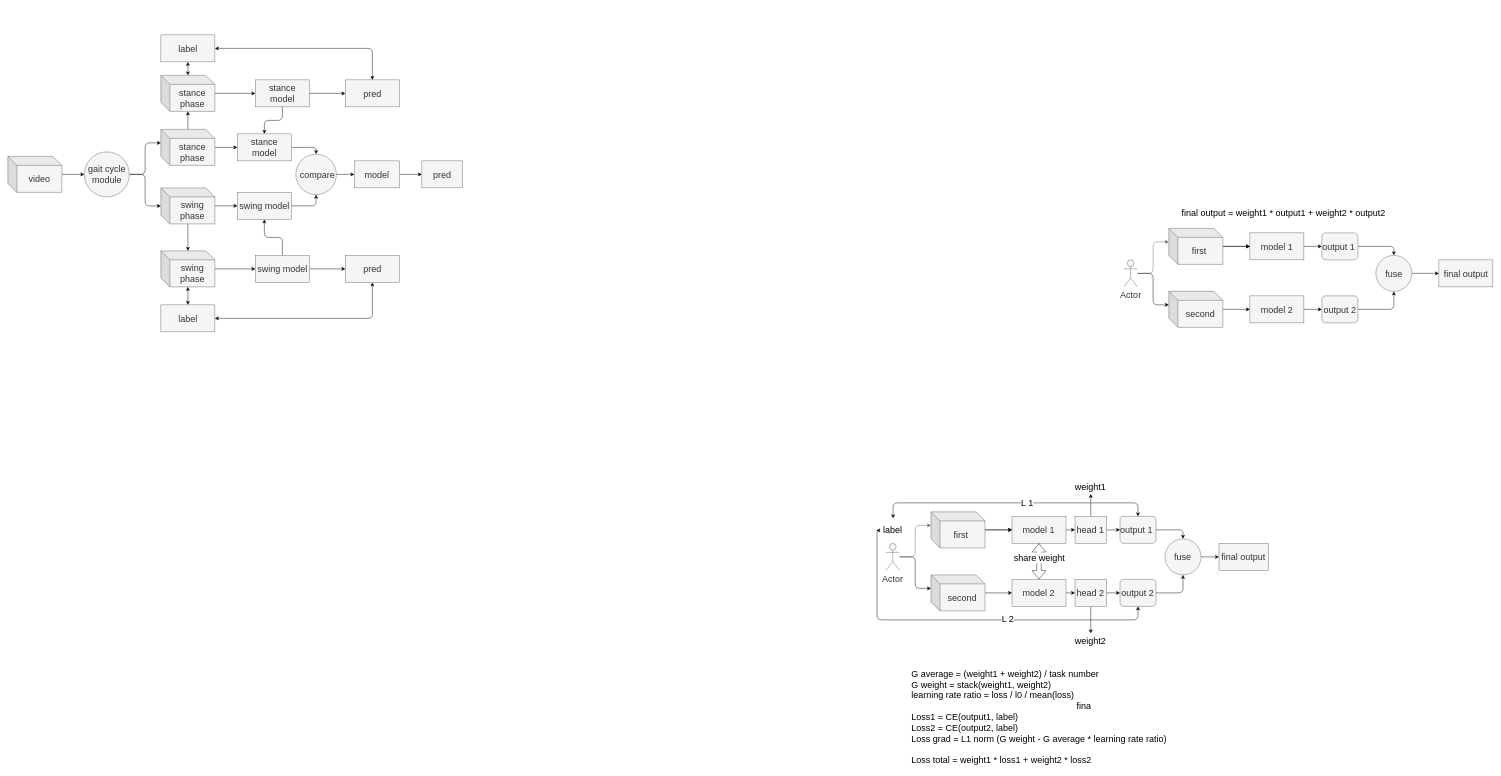
ChenKaiXuSan/Auto_Gait_Fusion_PyTorch keeps this draw.io diagram as page "fusion" (2 of 3) of images/figure.drawio. Above is the earlier version. Source tidied: cells renumbered, new cells numbered last; positions are measured from the earlier drawing's top-left corner, leaving out a move shared by most shapes. Both pictures are drawn from the tidied source at 45%, with x=0, y=0 at pixel (8, 35).
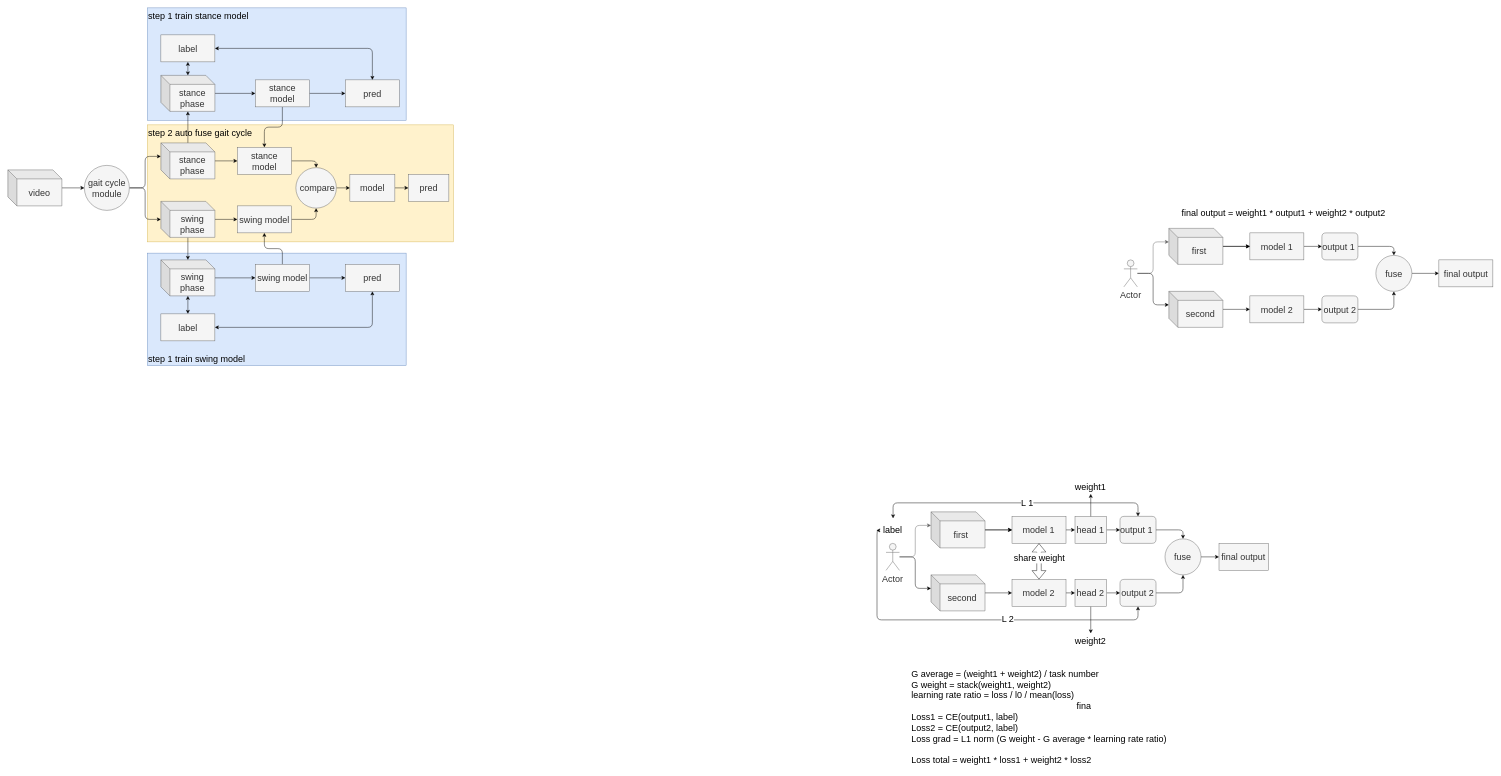
Above is the later version.

Change to the diagram source:
```diff
@@
+    <mxCell id="96" value="&lt;font style=&quot;font-size: 20px;&quot;&gt;step 2 auto fuse gait cycle&lt;/font&gt;" style="rounded=0;whiteSpace=wrap;html=1;fillColor=#fff2cc;strokeColor=#d6b656;align=left;verticalAlign=top;" parent="1" vertex="1">
+      <mxGeometry x="310" y="200" width="680" height="260" as="geometry" />
+    </mxCell>
+    <mxCell id="97" value="&lt;font style=&quot;font-size: 20px;&quot;&gt;step 1 train swing model&lt;/font&gt;" style="rounded=0;whiteSpace=wrap;html=1;fillColor=#dae8fc;strokeColor=#6c8ebf;align=left;verticalAlign=bottom;" parent="1" vertex="1">
+      <mxGeometry x="310" y="485" width="575" height="250" as="geometry" />
+    </mxCell>
+    <mxCell id="98" value="&lt;font style=&quot;font-size: 20px;&quot;&gt;step 1 train stance model&lt;/font&gt;" style="rounded=0;whiteSpace=wrap;html=1;fillColor=#dae8fc;strokeColor=#6c8ebf;align=left;verticalAlign=top;" parent="1" vertex="1">
+      <mxGeometry x="310" y="-60" width="575" height="250" as="geometry" />
+    </mxCell>
@@
     <mxCell id="69" value="swing phase" style="shape=cube;whiteSpace=wrap;html=1;boundedLbl=1;backgroundOutline=1;darkOpacity=0.05;darkOpacity2=0.1;fillColor=#f5f5f5;fontColor=#333333;strokeColor=#666666;fontSize=20;" parent="1" vertex="1">
-      <mxGeometry x="340" y="480" width="120" height="80" as="geometry" />
+      <mxGeometry x="340" y="500" width="120" height="80" as="geometry" />
     </mxCell>
@@
     <mxCell id="72" value="swing model" style="rounded=0;whiteSpace=wrap;html=1;fillColor=#f5f5f5;fontColor=#333333;strokeColor=#666666;fontSize=20;" parent="1" vertex="1">
-      <mxGeometry x="550" y="490" width="120" height="60" as="geometry" />
+      <mxGeometry x="550" y="510" width="120" height="60" as="geometry" />
     </mxCell>
     <mxCell id="73" value="pred" style="whiteSpace=wrap;html=1;fontSize=20;fillColor=#f5f5f5;strokeColor=#666666;fontColor=#333333;rounded=0;" parent="1" vertex="1">
-      <mxGeometry x="750" y="490" width="120" height="60" as="geometry" />
+      <mxGeometry x="750" y="510" width="120" height="60" as="geometry" />
     </mxCell>
     <mxCell id="74" style="edgeStyle=orthogonalEdgeStyle;html=1;entryX=0.5;entryY=1;entryDx=0;entryDy=0;startArrow=classic;startFill=1;" parent="1" edge="1" source="75" target="73">
       <mxGeometry relative="1" as="geometry">
         <Array as="points">
-          <mxPoint x="810" y="630" />
+          <mxPoint x="810" y="650" />
         </Array>
       </mxGeometry>
     </mxCell>
     <mxCell id="75" value="label" style="whiteSpace=wrap;html=1;fontSize=20;fillColor=#f5f5f5;strokeColor=#666666;fontColor=#333333;rounded=0;" parent="1" vertex="1">
-      <mxGeometry x="340" y="600" width="120" height="60" as="geometry" />
+      <mxGeometry x="340" y="620" width="120" height="60" as="geometry" />
     </mxCell>
@@
     <mxCell id="77" value="video" style="shape=cube;whiteSpace=wrap;html=1;boundedLbl=1;backgroundOutline=1;darkOpacity=0.05;darkOpacity2=0.1;fillColor=#f5f5f5;fontColor=#333333;strokeColor=#666666;fontSize=20;" parent="1" vertex="1">
-      <mxGeometry y="270" width="120" height="80" as="geometry" />
+      <mxGeometry y="300" width="120" height="80" as="geometry" />
     </mxCell>
@@
     <mxCell id="80" value="gait cycle module" style="ellipse;whiteSpace=wrap;html=1;fontSize=20;fillColor=#f5f5f5;strokeColor=#666666;fontColor=#333333;" parent="1" vertex="1">
-      <mxGeometry x="170" y="260" width="100" height="100" as="geometry" />
+      <mxGeometry x="170" y="290" width="100" height="100" as="geometry" />
     </mxCell>
@@
     <mxCell id="83" value="stance phase" style="shape=cube;whiteSpace=wrap;html=1;boundedLbl=1;backgroundOutline=1;darkOpacity=0.05;darkOpacity2=0.1;fillColor=#f5f5f5;fontColor=#333333;strokeColor=#666666;fontSize=20;" parent="1" vertex="1">
-      <mxGeometry x="340" y="210" width="120" height="80" as="geometry" />
+      <mxGeometry x="340" y="240" width="120" height="80" as="geometry" />
     </mxCell>
@@
     <mxCell id="86" value="swing phase" style="shape=cube;whiteSpace=wrap;html=1;boundedLbl=1;backgroundOutline=1;darkOpacity=0.05;darkOpacity2=0.1;fillColor=#f5f5f5;fontColor=#333333;strokeColor=#666666;fontSize=20;" parent="1" vertex="1">
-      <mxGeometry x="340" y="340" width="120" height="80" as="geometry" />
+      <mxGeometry x="340" y="370" width="120" height="80" as="geometry" />
     </mxCell>
@@
     <mxCell id="88" value="stance model" style="rounded=0;whiteSpace=wrap;html=1;fillColor=#f5f5f5;fontColor=#333333;strokeColor=#666666;fontSize=20;" parent="1" vertex="1">
-      <mxGeometry x="510" y="220" width="120" height="60" as="geometry" />
+      <mxGeometry x="510" y="250" width="120" height="60" as="geometry" />
     </mxCell>
@@
     <mxCell id="90" value="swing model" style="rounded=0;whiteSpace=wrap;html=1;fillColor=#f5f5f5;fontColor=#333333;strokeColor=#666666;fontSize=20;" parent="1" vertex="1">
-      <mxGeometry x="510" y="350" width="120" height="60" as="geometry" />
+      <mxGeometry x="510" y="380" width="120" height="60" as="geometry" />
     </mxCell>
@@
     <mxCell id="92" value="&amp;nbsp;compare" style="ellipse;whiteSpace=wrap;html=1;fontSize=20;fillColor=#f5f5f5;strokeColor=#666666;fontColor=#333333;rounded=0;" parent="1" vertex="1">
-      <mxGeometry x="640" y="265" width="90" height="90" as="geometry" />
+      <mxGeometry x="640" y="295" width="90" height="90" as="geometry" />
     </mxCell>
@@
     <mxCell id="94" value="model" style="rounded=0;whiteSpace=wrap;html=1;fillColor=#f5f5f5;fontColor=#333333;strokeColor=#666666;fontSize=20;" parent="1" vertex="1">
-      <mxGeometry x="770" y="280" width="100" height="60" as="geometry" />
+      <mxGeometry x="760" y="310" width="100" height="60" as="geometry" />
     </mxCell>
     <mxCell id="95" value="pred" style="whiteSpace=wrap;html=1;fontSize=20;fillColor=#f5f5f5;strokeColor=#666666;fontColor=#333333;rounded=0;" parent="1" vertex="1">
-      <mxGeometry x="920" y="280" width="90" height="60" as="geometry" />
+      <mxGeometry x="890" y="310" width="90" height="60" as="geometry" />
     </mxCell>
```
